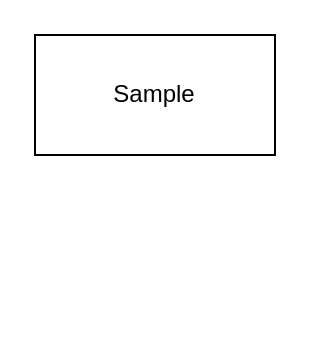
This is page "page2" (2 of 2) of docs/10_Programming/99_Documentation/sample_3.drawio from fereria/reincarnation_tech, a draw.io file, before an edit. Source tidied: cells renumbered, new cells numbered last; positions are measured from the earlier drawing's top-left corner, leaving out a move shared by most shapes. Both pictures are drawn from the tidied source at 200%, with x=0, y=0 at pixel (34, 34).
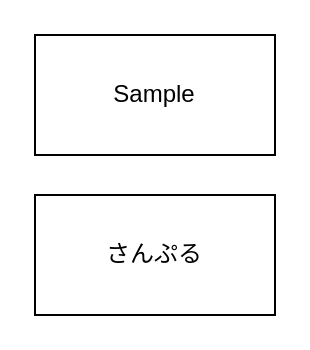
After the change.

Commit message:
日本語がダメ疑惑？

The edit, as a diff of the source:
```diff
@@
 <mxGraphModel>
   <root>
     <mxCell id="0" />
     <mxCell id="1" parent="0" />
     <mxCell id="2" value="Sample" style="rounded=0;whiteSpace=wrap;html=1;" parent="1" vertex="1">
       <mxGeometry width="120" height="60" as="geometry" />
     </mxCell>
+    <mxCell id="3" value="さんぷる" style="rounded=0;whiteSpace=wrap;html=1;" parent="1" vertex="1">
+      <mxGeometry y="80" width="120" height="60" as="geometry" />
+    </mxCell>
   </root>
 </mxGraphModel>
```
